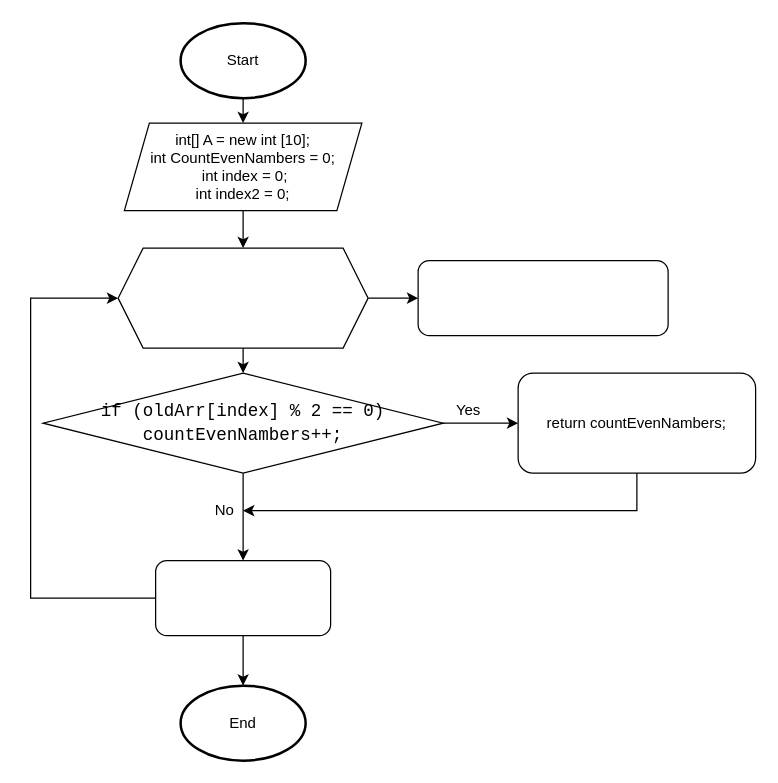
Earlier version of the draw.io diagram page "Страница 1" (1 of 2) of блок-схема.drawio (gribovskiyuriy/itogovoe_zadanie). Source tidied: cells renumbered, new cells numbered last; positions are measured from the earlier drawing's top-left corner, leaving out a move shared by most shapes. Both pictures are drawn from the tidied source at 125%, with x=0, y=0 at pixel (30, 22).
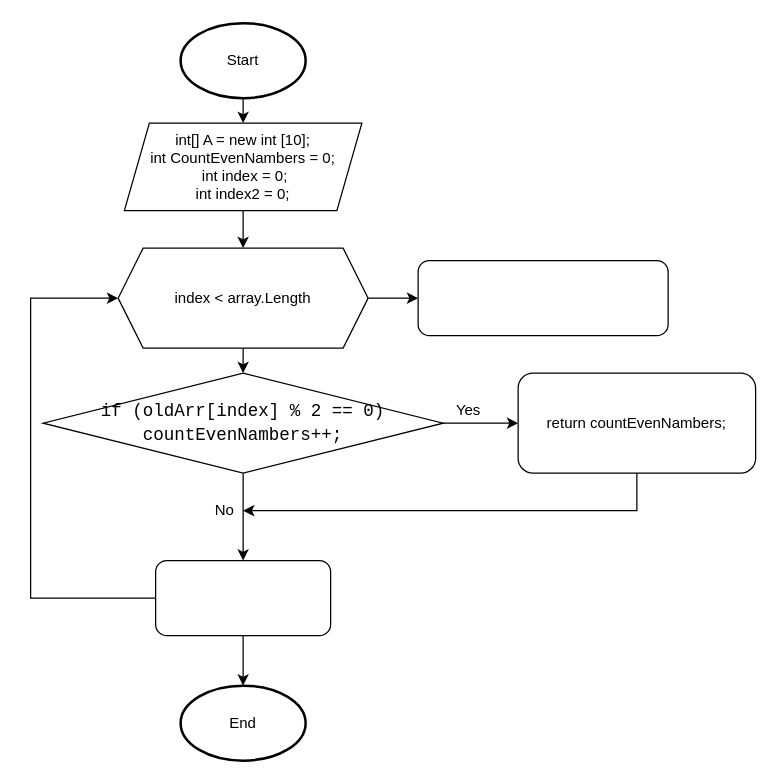
After the change.

Commit message:
Добавлена общая блок-схема

Diff of the diagram source:
```diff
@@
-    <mxCell id="10" style="shape=hexagon;perimeter=hexagonPerimeter2;whiteSpace=wrap;html=1;fixedSize=1;" parent="1" vertex="1">
+    <mxCell id="10" value="index &amp;lt; array.Length" style="shape=hexagon;perimeter=hexagonPerimeter2;whiteSpace=wrap;html=1;fixedSize=1;" parent="1" vertex="1">
       <mxGeometry x="70" y="180" width="200" height="80" as="geometry" />
     </mxCell>
```
